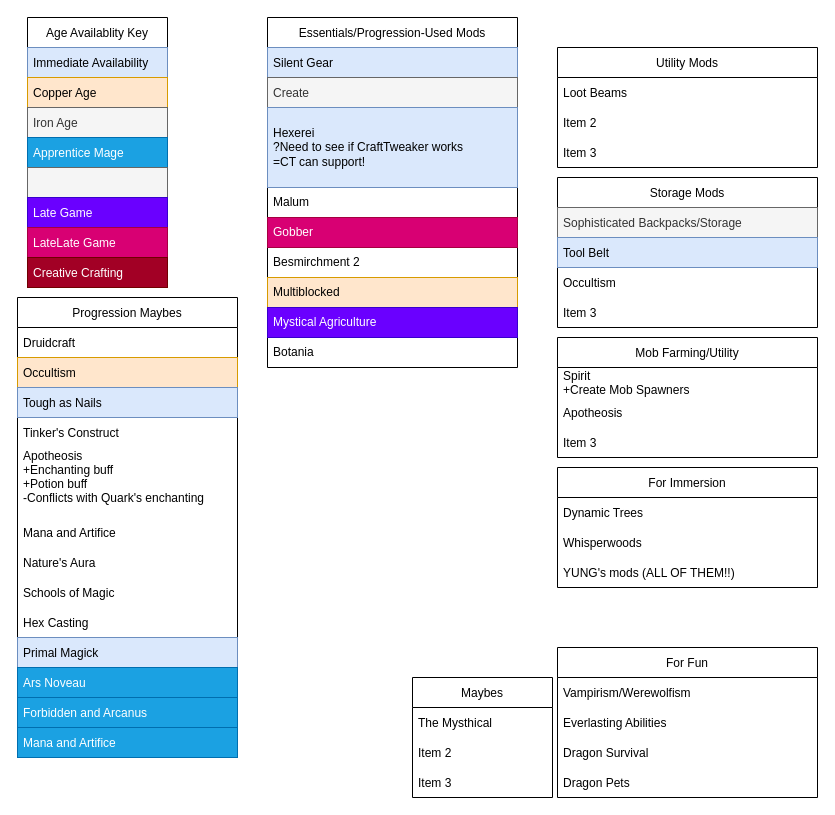
Earlier version of the draw.io diagram page "Primary Mod List" (1 of 4) of Untitled MC Modpack.drawio (conneich/bunnygoat-mcpack). Source tidied: cells renumbered, new cells numbered last; positions are measured from the earlier drawing's top-left corner, leaving out a move shared by most shapes. Both pictures are drawn from the tidied source at 100%, with x=0, y=0 at pixel (17, 17).
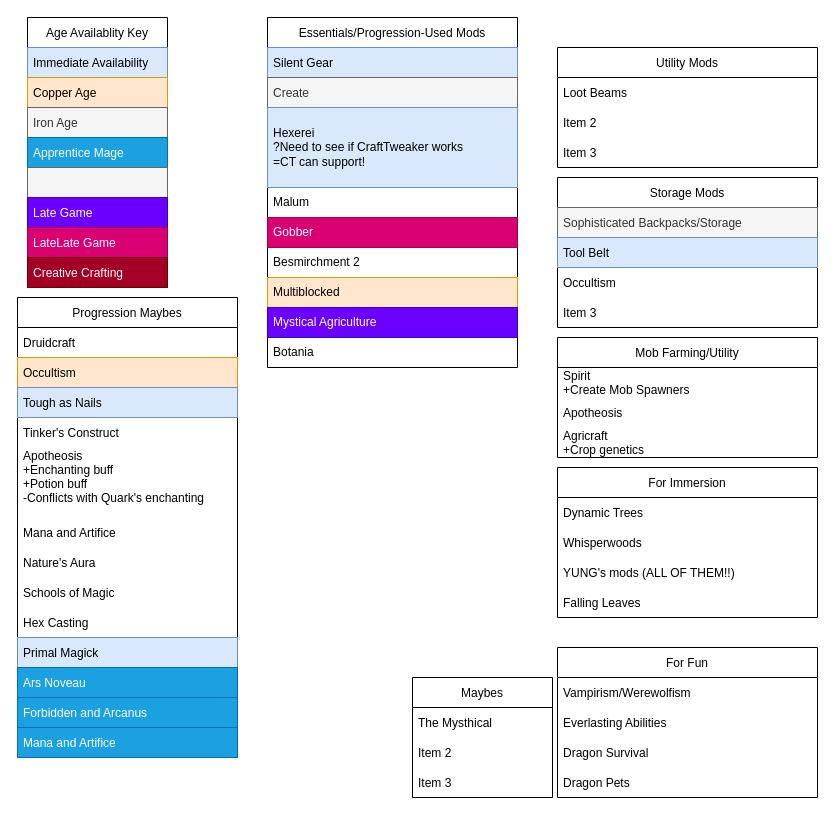
Above is the later version.

The change refers to these unchanged cells:
```xml
<mxCell id="35" value="Mob Farming/Utility" style="swimlane;fontStyle=0;horizontal=1;startSize=30;rounded=0;fillColor=none;" parent="1" vertex="1">
  <mxGeometry x="540" y="320" width="260" height="120" as="geometry" />
</mxCell>
```

What changed in the source:
```diff
@@
-    <mxCell id="38" value="Item 3" style="text;strokeColor=none;fillColor=none;align=left;verticalAlign=middle;spacingLeft=4;spacingRight=4;overflow=hidden;rounded=0;" parent="35" vertex="1">
+    <mxCell id="38" value="Agricraft&#10;+Crop genetics" style="text;strokeColor=none;fillColor=none;align=left;verticalAlign=middle;spacingLeft=4;spacingRight=4;overflow=hidden;rounded=0;" parent="35" vertex="1">
       <mxGeometry y="90" width="260" height="30" as="geometry" />
     </mxCell>
@@
     <mxCell id="48" value="For Immersion" style="swimlane;fontStyle=0;horizontal=1;startSize=30;rounded=0;labelBackgroundColor=none;fillColor=none;" parent="1" vertex="1">
-      <mxGeometry x="540" y="450" width="260" height="120" as="geometry" />
+      <mxGeometry x="540" y="450" width="260" height="150" as="geometry" />
     </mxCell>
@@
+    <mxCell id="61" value="Falling Leaves" style="text;strokeColor=none;fillColor=none;align=left;verticalAlign=middle;spacingLeft=4;spacingRight=4;overflow=hidden;rounded=0;labelBackgroundColor=none;" parent="48" vertex="1">
+      <mxGeometry y="120" width="260" height="30" as="geometry" />
+    </mxCell>
```
